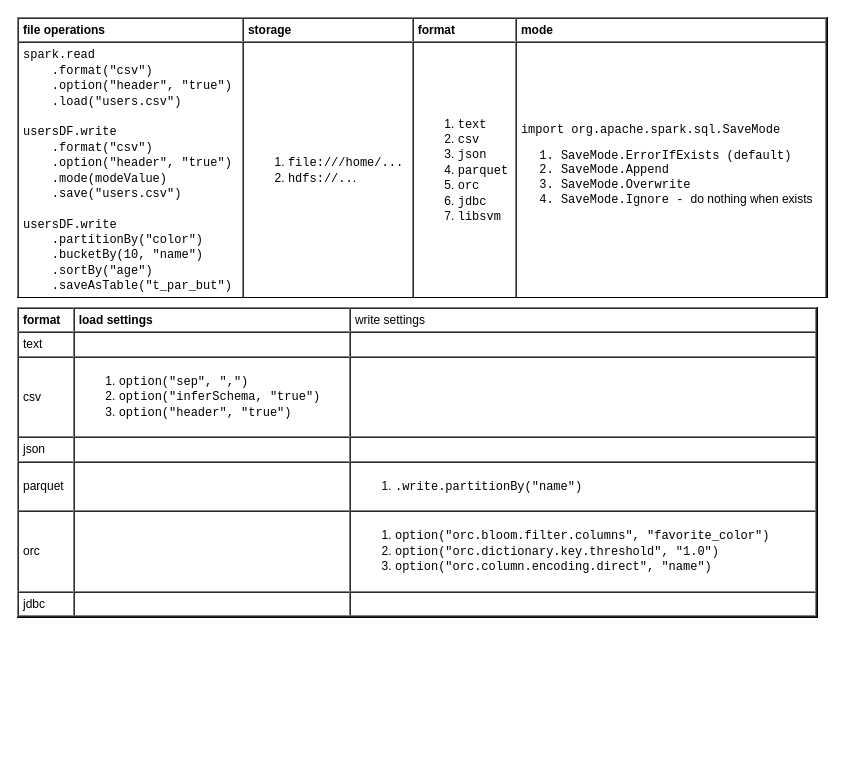
Above: page "source-file" (3 of 4) of languages/scala/spark.drawio in yangdj/tf_docs (draw.io), before the change. Source tidied: cells renumbered, new cells numbered last; positions are measured from the earlier drawing's top-left corner, leaving out a move shared by most shapes. Both pictures are drawn from the tidied source at 100%, with x=0, y=0 at pixel (17, 17).
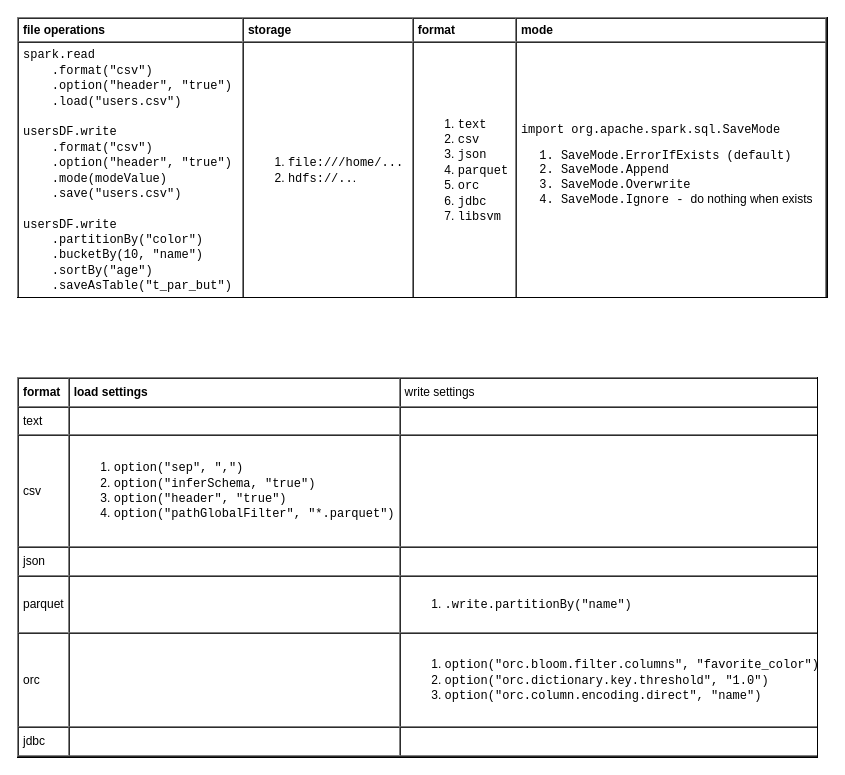
The same diagram, later.

What changed in the source:
```diff
@@
 <mxGraphModel>
   <root>
     <mxCell id="0" />
     <mxCell id="1" parent="0" />
-    <mxCell id="2" value="&lt;table cellpadding=&quot;4&quot; cellspacing=&quot;0&quot; border=&quot;1&quot; style=&quot;font-size: 1em ; width: 100% ; height: 100%&quot;&gt;&lt;tbody&gt;&lt;tr&gt;&lt;th&gt;format&lt;/th&gt;&lt;th&gt;load settings&lt;/th&gt;&lt;td&gt;write settings&lt;/td&gt;&lt;/tr&gt;&lt;tr&gt;&lt;td&gt;text&lt;/td&gt;&lt;td&gt;&lt;br&gt;&lt;/td&gt;&lt;td&gt;&lt;br&gt;&lt;/td&gt;&lt;/tr&gt;&lt;tr&gt;&lt;td&gt;csv&lt;/td&gt;&lt;td&gt;&lt;ol&gt;&lt;li&gt;&lt;font face=&quot;Courier New&quot;&gt;option(&quot;sep&quot;, &quot;,&quot;)&lt;/font&gt;&lt;/li&gt;&lt;li&gt;&lt;font face=&quot;Courier New&quot;&gt;option(&quot;inferSchema, &quot;true&quot;)&lt;/font&gt;&lt;/li&gt;&lt;li&gt;&lt;font face=&quot;Courier New&quot;&gt;option(&quot;header&quot;, &quot;true&quot;)&lt;/font&gt;&lt;/li&gt;&lt;/ol&gt;&lt;/td&gt;&lt;td&gt;&lt;br&gt;&lt;/td&gt;&lt;/tr&gt;&lt;tr&gt;&lt;td&gt;json&lt;/td&gt;&lt;td&gt;&lt;/td&gt;&lt;td&gt;&lt;br&gt;&lt;/td&gt;&lt;/tr&gt;&lt;tr&gt;&lt;td&gt;parquet&lt;/td&gt;&lt;td&gt;&lt;br&gt;&lt;/td&gt;&lt;td&gt;&lt;ol&gt;&lt;li&gt;&lt;font face=&quot;Courier New&quot;&gt;.write.partitionBy(&quot;name&quot;)&lt;/font&gt;&lt;/li&gt;&lt;/ol&gt;&lt;/td&gt;&lt;/tr&gt;&lt;tr&gt;&lt;td&gt;orc&lt;/td&gt;&lt;td&gt;&lt;br&gt;&lt;/td&gt;&lt;td&gt;&lt;ol&gt;&lt;li&gt;&lt;font face=&quot;Courier New&quot;&gt;option(&quot;orc.bloom.filter.columns&quot;, &quot;favorite_color&quot;)&lt;/font&gt;&lt;/li&gt;&lt;li&gt;&lt;font face=&quot;Courier New&quot;&gt;option(&quot;orc.dictionary.key.threshold&quot;, &quot;1.0&quot;)&lt;/font&gt;&lt;/li&gt;&lt;li&gt;&lt;font face=&quot;Courier New&quot;&gt;option(&quot;orc.column.encoding.direct&quot;, &quot;name&quot;)&lt;/font&gt;&lt;/li&gt;&lt;/ol&gt;&lt;/td&gt;&lt;/tr&gt;&lt;tr&gt;&lt;td&gt;jdbc&lt;/td&gt;&lt;td&gt;&lt;br&gt;&lt;/td&gt;&lt;td&gt;&lt;br&gt;&lt;/td&gt;&lt;/tr&gt;&lt;/tbody&gt;&lt;/table&gt; " style="verticalAlign=top;align=left;overflow=fill;fontSize=12;fontFamily=Helvetica;html=1;" parent="1" vertex="1">
-      <mxGeometry y="290" width="800" height="310" as="geometry" />
+    <mxCell id="2" value="&lt;table cellpadding=&quot;4&quot; cellspacing=&quot;0&quot; border=&quot;1&quot; style=&quot;font-size: 1em ; width: 100% ; height: 100%&quot;&gt;&lt;tbody&gt;&lt;tr&gt;&lt;th&gt;format&lt;/th&gt;&lt;th&gt;load settings&lt;/th&gt;&lt;td&gt;write settings&lt;/td&gt;&lt;/tr&gt;&lt;tr&gt;&lt;td&gt;text&lt;/td&gt;&lt;td&gt;&lt;br&gt;&lt;/td&gt;&lt;td&gt;&lt;br&gt;&lt;/td&gt;&lt;/tr&gt;&lt;tr&gt;&lt;td&gt;csv&lt;/td&gt;&lt;td&gt;&lt;ol&gt;&lt;li&gt;&lt;font face=&quot;Courier New&quot;&gt;option(&quot;sep&quot;, &quot;,&quot;)&lt;/font&gt;&lt;/li&gt;&lt;li&gt;&lt;font face=&quot;Courier New&quot;&gt;option(&quot;inferSchema, &quot;true&quot;)&lt;/font&gt;&lt;/li&gt;&lt;li&gt;&lt;font face=&quot;Courier New&quot;&gt;option(&quot;header&quot;, &quot;true&quot;)&lt;/font&gt;&lt;/li&gt;&lt;li&gt;&lt;font face=&quot;Courier New&quot;&gt;option(&quot;pathGlobalFilter&quot;, &quot;*.parquet&quot;)&lt;/font&gt;&lt;/li&gt;&lt;/ol&gt;&lt;/td&gt;&lt;td&gt;&lt;br&gt;&lt;/td&gt;&lt;/tr&gt;&lt;tr&gt;&lt;td&gt;json&lt;/td&gt;&lt;td&gt;&lt;/td&gt;&lt;td&gt;&lt;br&gt;&lt;/td&gt;&lt;/tr&gt;&lt;tr&gt;&lt;td&gt;parquet&lt;/td&gt;&lt;td&gt;&lt;br&gt;&lt;/td&gt;&lt;td&gt;&lt;ol&gt;&lt;li&gt;&lt;font face=&quot;Courier New&quot;&gt;.write.partitionBy(&quot;name&quot;)&lt;/font&gt;&lt;/li&gt;&lt;/ol&gt;&lt;/td&gt;&lt;/tr&gt;&lt;tr&gt;&lt;td&gt;orc&lt;/td&gt;&lt;td&gt;&lt;br&gt;&lt;/td&gt;&lt;td&gt;&lt;ol&gt;&lt;li&gt;&lt;font face=&quot;Courier New&quot;&gt;option(&quot;orc.bloom.filter.columns&quot;, &quot;favorite_color&quot;)&lt;/font&gt;&lt;/li&gt;&lt;li&gt;&lt;font face=&quot;Courier New&quot;&gt;option(&quot;orc.dictionary.key.threshold&quot;, &quot;1.0&quot;)&lt;/font&gt;&lt;/li&gt;&lt;li&gt;&lt;font face=&quot;Courier New&quot;&gt;option(&quot;orc.column.encoding.direct&quot;, &quot;name&quot;)&lt;/font&gt;&lt;/li&gt;&lt;/ol&gt;&lt;/td&gt;&lt;/tr&gt;&lt;tr&gt;&lt;td&gt;jdbc&lt;/td&gt;&lt;td&gt;&lt;br&gt;&lt;/td&gt;&lt;td&gt;&lt;br&gt;&lt;/td&gt;&lt;/tr&gt;&lt;/tbody&gt;&lt;/table&gt; " style="verticalAlign=top;align=left;overflow=fill;fontSize=12;fontFamily=Helvetica;html=1;" parent="1" vertex="1">
+      <mxGeometry y="360" width="800" height="380" as="geometry" />
     </mxCell>
     <mxCell id="3" value="&lt;table cellpadding=&quot;4&quot; cellspacing=&quot;0&quot; border=&quot;1&quot; style=&quot;font-size: 1em ; width: 100% ; height: 100%&quot;&gt;&lt;tbody&gt;&lt;tr&gt;&lt;th&gt;file operations&lt;/th&gt;&lt;td&gt;&lt;b&gt;storage&lt;/b&gt;&lt;/td&gt;&lt;th&gt;format&lt;/th&gt;&lt;td&gt;&lt;b&gt;mode&lt;/b&gt;&lt;/td&gt;&lt;/tr&gt;&lt;tr&gt;&lt;td&gt;&lt;font face=&quot;Courier New&quot;&gt;spark.read&lt;br&gt;&amp;nbsp; &amp;nbsp; .format(&quot;csv&quot;)&lt;br&gt;&amp;nbsp; &amp;nbsp; .option(&quot;header&quot;, &quot;true&quot;)&lt;br&gt;&amp;nbsp; &amp;nbsp; .load(&quot;users.csv&quot;)&lt;br&gt;&lt;br&gt;usersDF.write&lt;br&gt;&amp;nbsp; &amp;nbsp; .format(&quot;csv&quot;)&lt;br&gt;&amp;nbsp; &amp;nbsp; .option(&quot;header&quot;, &quot;true&quot;)&lt;br&gt;&amp;nbsp; &amp;nbsp; .mode(modeValue)&lt;br&gt;&amp;nbsp; &amp;nbsp; .save(&quot;users.csv&quot;)&lt;br&gt;&lt;br&gt;usersDF.write&lt;br&gt;&amp;nbsp; &amp;nbsp; .partitionBy(&quot;color&quot;)&lt;br&gt;&amp;nbsp; &amp;nbsp; .bucketBy(10, &quot;name&quot;)&lt;br&gt;&amp;nbsp; &amp;nbsp; .sortBy(&quot;age&quot;)&lt;br&gt;&amp;nbsp; &amp;nbsp; .saveAsTable(&quot;t_par_but&quot;)&lt;/font&gt;&lt;/td&gt;&lt;td&gt;&lt;ol&gt;&lt;li&gt;&lt;font face=&quot;Courier New&quot;&gt;file:///home/...&lt;/font&gt;&lt;/li&gt;&lt;li&gt;&lt;font face=&quot;Courier New&quot;&gt;hdfs://..&lt;/font&gt;.&lt;/li&gt;&lt;/ol&gt;&lt;/td&gt;&lt;td&gt;&lt;ol&gt;&lt;li&gt;&lt;font face=&quot;Courier New&quot;&gt;text&lt;/font&gt;&lt;/li&gt;&lt;li&gt;&lt;font face=&quot;Courier New&quot;&gt;csv&lt;/font&gt;&lt;/li&gt;&lt;li&gt;&lt;font face=&quot;Courier New&quot;&gt;json&lt;/font&gt;&lt;/li&gt;&lt;li&gt;&lt;font face=&quot;Courier New&quot;&gt;parquet&lt;/font&gt;&lt;/li&gt;&lt;li&gt;&lt;font face=&quot;Courier New&quot;&gt;orc&lt;/font&gt;&lt;/li&gt;&lt;li&gt;&lt;font face=&quot;Courier New&quot;&gt;jdbc&lt;/font&gt;&lt;/li&gt;&lt;li&gt;&lt;font face=&quot;Courier New&quot;&gt;libsvm&lt;/font&gt;&lt;/li&gt;&lt;/ol&gt;&lt;/td&gt;&lt;td&gt;&lt;font face=&quot;Courier New&quot;&gt;import org.apache.spark.sql.SaveMode&lt;/font&gt;&lt;br&gt;&lt;ol&gt;&lt;li style=&quot;font-family: &amp;#34;courier new&amp;#34;&quot;&gt;SaveMode.ErrorIfExists (default)&lt;/li&gt;&lt;li style=&quot;font-family: &amp;#34;courier new&amp;#34;&quot;&gt;SaveMode.Append&lt;/li&gt;&lt;li style=&quot;font-family: &amp;#34;courier new&amp;#34;&quot;&gt;SaveMode.Overwrite&lt;/li&gt;&lt;li style=&quot;font-family: &amp;#34;courier new&amp;#34;&quot;&gt;&lt;font face=&quot;Courier New&quot; style=&quot;font-size: 1em&quot;&gt;SaveMode.Ignore - &lt;/font&gt;&lt;span style=&quot;font-size: 1em ; font-family: &amp;#34;helvetica&amp;#34;&quot;&gt;do nothing when exists&lt;/span&gt;&lt;/li&gt;&lt;/ol&gt;&lt;/td&gt;&lt;/tr&gt;&lt;/tbody&gt;&lt;/table&gt; " style="verticalAlign=top;align=left;overflow=fill;fontSize=12;fontFamily=Helvetica;html=1;" parent="1" vertex="1">
       <mxGeometry width="810" height="280" as="geometry" />
     </mxCell>
   </root>
 </mxGraphModel>
```
